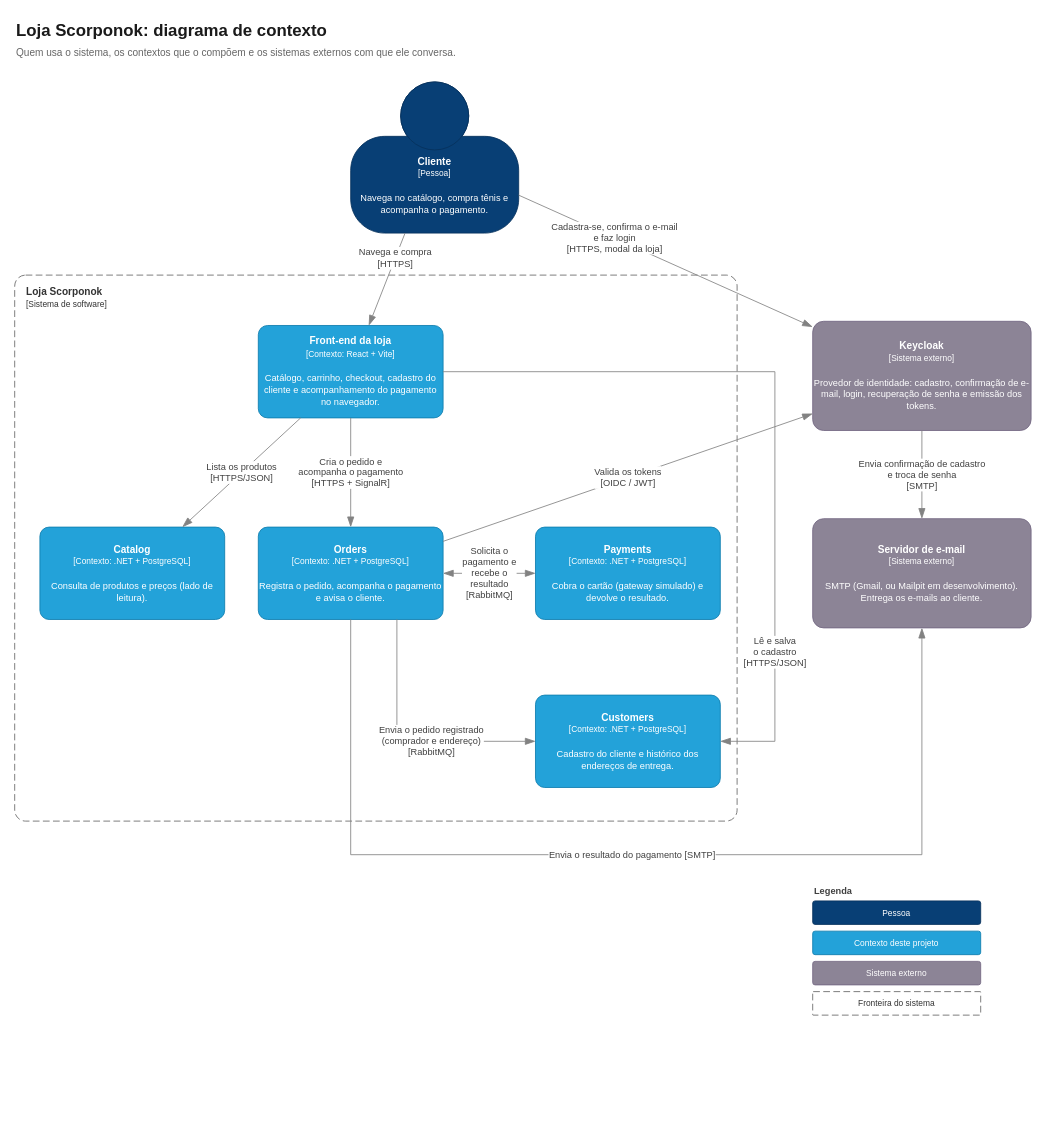
Earlier version of the draw.io diagram docs/diagrams/contexto.drawio (ArturRibeiro/scorpornok-ecommerce). Source tidied: cells renumbered, new cells numbered last; positions are measured from the earlier drawing's top-left corner, leaving out a move shared by most shapes. Both pictures are drawn from the tidied source at 84%, with x=0, y=0 at pixel (14, 14).
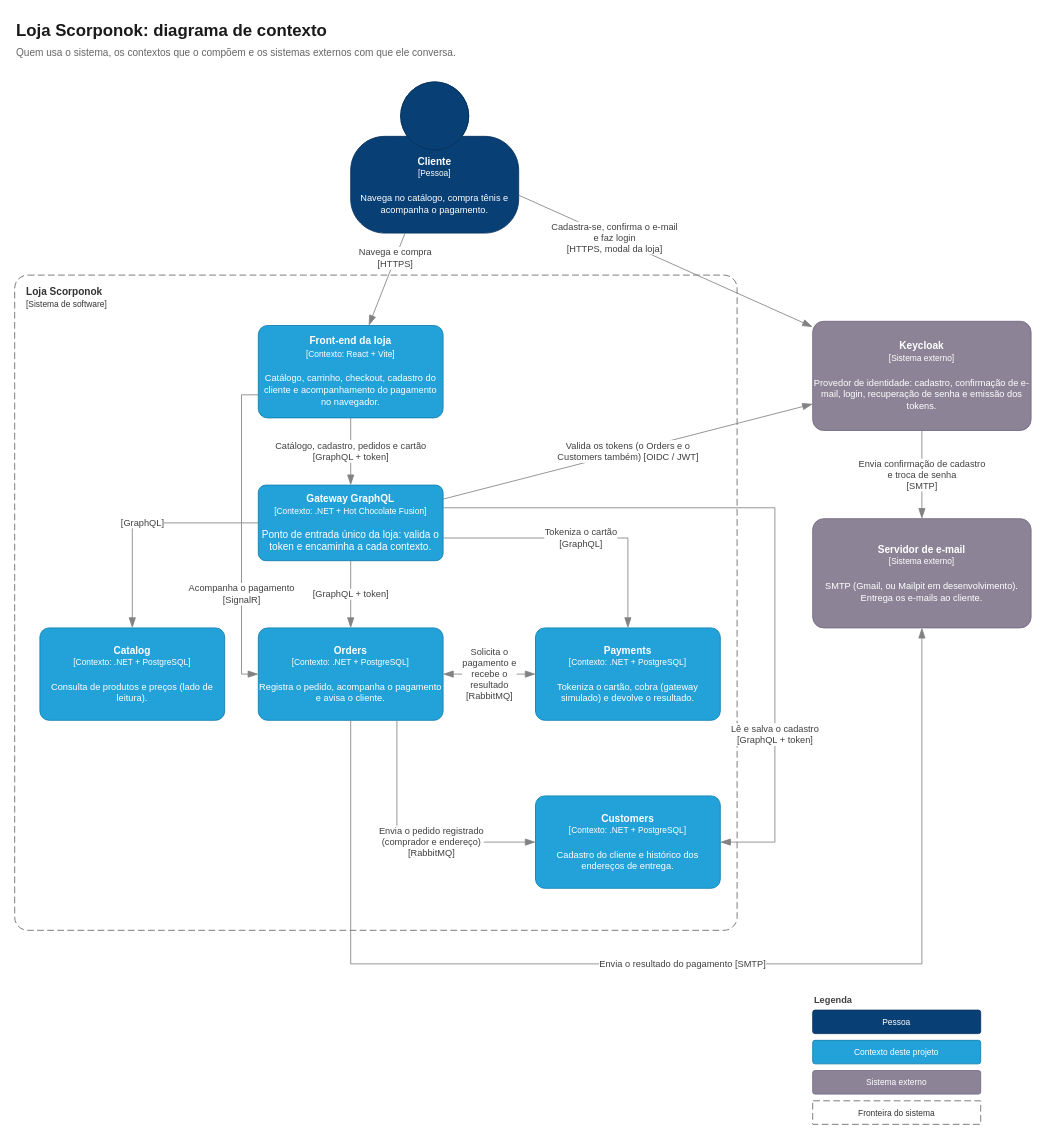
The same diagram, later.

Commit message (it also covers changes not shown here):
Atualiza os diagramas com o gateway e o fluxo de pagamento atual

Unchanged cells that the change refers to:
```xml
<mxCell id="5" value="&lt;b&gt;Front-end da loja&lt;/b&gt;&lt;br&gt;&lt;font style=&quot;font-size:10px&quot;&gt;[Contexto: React + Vite]&lt;/font&gt;&lt;br&gt;&lt;br&gt;&lt;font style=&quot;font-size:11px&quot;&gt;Catálogo, carrinho, checkout, cadastro do cliente e acompanhamento do pagamento no navegador.&lt;/font&gt;" style="rounded=1;arcSize=10;html=1;whiteSpace=wrap;fontSize=12;fontColor=#ffffff;align=center;fillColor=#23A2D9;strokeColor=#0E7DAD;" parent="3" vertex="1">
  <mxGeometry x="290" y="60" width="220" height="110" as="geometry" />
</mxCell>
<mxCell id="10" value="&lt;b&gt;Keycloak&lt;/b&gt;&lt;br&gt;&lt;font style=&quot;font-size:10px&quot;&gt;[Sistema externo]&lt;/font&gt;&lt;br&gt;&lt;br&gt;&lt;font style=&quot;font-size:11px&quot;&gt;Provedor de identidade: cadastro, confirmação de e-mail, login, recuperação de senha e emissão dos tokens.&lt;/font&gt;" style="rounded=1;arcSize=10;html=1;whiteSpace=wrap;fontSize=12;fontColor=#ffffff;align=center;fillColor=#8C8496;strokeColor=#736782;" parent="1" vertex="1">
  <mxGeometry x="950" y="365" width="260" height="130" as="geometry" />
</mxCell>
<mxCell id="11" value="&lt;b&gt;Servidor de e-mail&lt;/b&gt;&lt;br&gt;&lt;font style=&quot;font-size:10px&quot;&gt;[Sistema externo]&lt;/font&gt;&lt;br&gt;&lt;br&gt;&lt;font style=&quot;font-size:11px&quot;&gt;SMTP (Gmail, ou Mailpit em desenvolvimento). Entrega os e-mails ao cliente.&lt;/font&gt;" style="rounded=1;arcSize=10;html=1;whiteSpace=wrap;fontSize=12;fontColor=#ffffff;align=center;fillColor=#8C8496;strokeColor=#736782;" parent="1" vertex="1">
  <mxGeometry x="950" y="600" width="260" height="130" as="geometry" />
</mxCell>
```

Change to the diagram source:
```diff
@@
     <mxCell id="3" value="&lt;b&gt;Loja Scorponok&lt;/b&gt;&lt;br&gt;&lt;font style=&quot;font-size:10px&quot;&gt;[Sistema de software]&lt;/font&gt;" style="rounded=1;arcSize=2;dashed=1;dashPattern=8 4;fillColor=none;strokeColor=#666666;html=1;whiteSpace=wrap;fontColor=#333333;fontSize=12;align=left;verticalAlign=top;spacingLeft=12;spacingTop=6;" parent="1" vertex="1">
-      <mxGeometry y="310" width="860" height="650" as="geometry" />
+      <mxGeometry y="310" width="860" height="780" as="geometry" />
     </mxCell>
@@
     <mxCell id="6" value="&lt;b&gt;Catalog&lt;/b&gt;&lt;br&gt;&lt;font style=&quot;font-size:10px&quot;&gt;[Contexto: .NET + PostgreSQL]&lt;/font&gt;&lt;br&gt;&lt;br&gt;&lt;font style=&quot;font-size:11px&quot;&gt;Consulta de produtos e preços (lado de leitura).&lt;/font&gt;" style="rounded=1;arcSize=10;html=1;whiteSpace=wrap;fontSize=12;fontColor=#ffffff;align=center;fillColor=#23A2D9;strokeColor=#0E7DAD;" parent="3" vertex="1">
-      <mxGeometry x="30" y="300" width="220" height="110" as="geometry" />
+      <mxGeometry x="30" y="420" width="220" height="110" as="geometry" />
     </mxCell>
     <mxCell id="7" value="&lt;b&gt;Orders&lt;/b&gt;&lt;br&gt;&lt;font style=&quot;font-size:10px&quot;&gt;[Contexto: .NET + PostgreSQL]&lt;/font&gt;&lt;br&gt;&lt;br&gt;&lt;font style=&quot;font-size:11px&quot;&gt;Registra o pedido, acompanha o pagamento e avisa o cliente.&lt;/font&gt;" style="rounded=1;arcSize=10;html=1;whiteSpace=wrap;fontSize=12;fontColor=#ffffff;align=center;fillColor=#23A2D9;strokeColor=#0E7DAD;" parent="3" vertex="1">
-      <mxGeometry x="290" y="300" width="220" height="110" as="geometry" />
+      <mxGeometry x="290" y="420" width="220" height="110" as="geometry" />
     </mxCell>
-    <mxCell id="8" value="&lt;b&gt;Payments&lt;/b&gt;&lt;br&gt;&lt;font style=&quot;font-size:10px&quot;&gt;[Contexto: .NET + PostgreSQL]&lt;/font&gt;&lt;br&gt;&lt;br&gt;&lt;font style=&quot;font-size:11px&quot;&gt;Cobra o cartão (gateway simulado) e devolve o resultado.&lt;/font&gt;" style="rounded=1;arcSize=10;html=1;whiteSpace=wrap;fontSize=12;fontColor=#ffffff;align=center;fillColor=#23A2D9;strokeColor=#0E7DAD;" parent="3" vertex="1">
-      <mxGeometry x="620" y="300" width="220" height="110" as="geometry" />
+    <mxCell id="8" value="&lt;b&gt;Payments&lt;/b&gt;&lt;br&gt;&lt;font style=&quot;font-size:10px&quot;&gt;[Contexto: .NET + PostgreSQL]&lt;/font&gt;&lt;br&gt;&lt;br&gt;&lt;font style=&quot;font-size:11px&quot;&gt;Tokeniza o cartão, cobra (gateway simulado) e devolve o resultado.&lt;/font&gt;" style="rounded=1;arcSize=10;html=1;whiteSpace=wrap;fontSize=12;fontColor=#ffffff;align=center;fillColor=#23A2D9;strokeColor=#0E7DAD;" parent="3" vertex="1">
+      <mxGeometry x="620" y="420" width="220" height="110" as="geometry" />
     </mxCell>
     <mxCell id="9" value="&lt;b&gt;Customers&lt;/b&gt;&lt;br&gt;&lt;font style=&quot;font-size:10px&quot;&gt;[Contexto: .NET + PostgreSQL]&lt;/font&gt;&lt;br&gt;&lt;br&gt;&lt;font style=&quot;font-size:11px&quot;&gt;Cadastro do cliente e histórico dos endereços de entrega.&lt;/font&gt;" style="rounded=1;arcSize=10;html=1;whiteSpace=wrap;fontSize=12;fontColor=#ffffff;align=center;fillColor=#23A2D9;strokeColor=#0E7DAD;" parent="3" vertex="1">
-      <mxGeometry x="620" y="500" width="220" height="110" as="geometry" />
+      <mxGeometry x="620" y="620" width="220" height="110" as="geometry" />
     </mxCell>
+    <mxCell id="27" value="&lt;b&gt;Gateway GraphQL&lt;/b&gt;&lt;br&gt;&lt;font style=&quot;font-size:10px&quot;&gt;[Contexto: .NET + Hot Chocolate Fusion]&lt;/font&gt;&lt;br&gt;&lt;br&gt;Ponto de entrada único da loja: valida o token e encaminha a cada contexto." style="rounded=1;arcSize=10;html=1;whiteSpace=wrap;fontSize=12;fontColor=#ffffff;align=center;fillColor=#23A2D9;strokeColor=#0E7DAD;" parent="3" vertex="1">
+      <mxGeometry x="290" y="250" width="220" height="90" as="geometry" />
+    </mxCell>
@@
-    <mxCell id="14" value="Lista os produtos&lt;br&gt;[HTTPS/JSON]" style="endArrow=blockThin;endFill=1;endSize=10;html=1;fontSize=11;fontColor=#404040;strokeColor=#828282;labelBackgroundColor=#ffffff;rounded=0;" parent="1" edge="1" source="5" target="6">
-      <mxGeometry relative="1" as="geometry" />
-    </mxCell>
+    <mxCell id="28" value="Catálogo, cadastro, pedidos e cartão&lt;br&gt;[GraphQL + token]" style="endArrow=blockThin;endFill=1;endSize=10;html=1;fontSize=11;fontColor=#404040;strokeColor=#828282;labelBackgroundColor=#ffffff;rounded=0;" parent="1" edge="1" source="5" target="27">
+      <mxGeometry relative="1" as="geometry" />
+    </mxCell>
-    <mxCell id="15" value="Cria o pedido e&lt;br&gt;acompanha o pagamento&lt;br&gt;[HTTPS + SignalR]" style="endArrow=blockThin;endFill=1;endSize=10;html=1;fontSize=11;fontColor=#404040;strokeColor=#828282;labelBackgroundColor=#ffffff;rounded=0;" parent="1" edge="1" source="5" target="7">
-      <mxGeometry relative="1" as="geometry" />
+    <mxCell id="15" value="Acompanha o pagamento&lt;br&gt;[SignalR]" style="endArrow=blockThin;endFill=1;endSize=10;html=1;fontSize=11;fontColor=#404040;strokeColor=#828282;labelBackgroundColor=#ffffff;rounded=0;edgeStyle=orthogonalEdgeStyle;exitX=0;exitY=0.75;exitDx=0;exitDy=0;entryX=0;entryY=0.5;entryDx=0;entryDy=0;" parent="1" edge="1" source="5" target="7">
+      <mxGeometry x="0.38" relative="1" as="geometry">
+        <Array as="points">
+          <mxPoint x="270" y="452" />
+          <mxPoint x="270" y="785" />
+        </Array>
+      </mxGeometry>
     </mxCell>
+    <mxCell id="29" value="[GraphQL]" style="endArrow=blockThin;endFill=1;endSize=10;html=1;fontSize=11;fontColor=#404040;strokeColor=#828282;labelBackgroundColor=#ffffff;rounded=0;edgeStyle=orthogonalEdgeStyle;exitX=0;exitY=0.5;exitDx=0;exitDy=0;entryX=0.5;entryY=0;entryDx=0;entryDy=0;" parent="1" edge="1" source="27" target="6">
+      <mxGeometry relative="1" as="geometry">
+        <Array as="points">
+          <mxPoint x="140" y="605" />
+        </Array>
+      </mxGeometry>
+    </mxCell>
+    <mxCell id="30" value="[GraphQL + token]" style="endArrow=blockThin;endFill=1;endSize=10;html=1;fontSize=11;fontColor=#404040;strokeColor=#828282;labelBackgroundColor=#ffffff;rounded=0;" parent="1" edge="1" source="27" target="7">
+      <mxGeometry relative="1" as="geometry" />
+    </mxCell>
+    <mxCell id="31" value="Tokeniza o cartão&lt;br&gt;[GraphQL]" style="endArrow=blockThin;endFill=1;endSize=10;html=1;fontSize=11;fontColor=#404040;strokeColor=#828282;labelBackgroundColor=#ffffff;rounded=0;edgeStyle=orthogonalEdgeStyle;exitX=1;exitY=0.7;exitDx=0;exitDy=0;entryX=0.5;entryY=0;entryDx=0;entryDy=0;" parent="1" edge="1" source="27" target="8">
+      <mxGeometry relative="1" as="geometry">
+        <Array as="points">
+          <mxPoint x="730" y="623" />
+        </Array>
+      </mxGeometry>
+    </mxCell>
+    <mxCell id="32" value="Lê e salva o cadastro&lt;br&gt;[GraphQL + token]" style="endArrow=blockThin;endFill=1;endSize=10;html=1;fontSize=11;fontColor=#404040;strokeColor=#828282;labelBackgroundColor=#ffffff;rounded=0;edgeStyle=orthogonalEdgeStyle;exitX=1;exitY=0.3;exitDx=0;exitDy=0;entryX=1;entryY=0.5;entryDx=0;entryDy=0;" parent="1" edge="1" source="27" target="9">
+      <mxGeometry x="0.55" relative="1" as="geometry">
+        <Array as="points">
+          <mxPoint x="905" y="587" />
+          <mxPoint x="905" y="985" />
+        </Array>
+      </mxGeometry>
+    </mxCell>
+    <mxCell id="33" value="Valida os tokens (o Orders e o&lt;br&gt;Customers também) [OIDC / JWT]" style="endArrow=blockThin;endFill=1;endSize=10;html=1;fontSize=11;fontColor=#404040;strokeColor=#828282;labelBackgroundColor=#ffffff;rounded=0;" parent="1" edge="1" source="27" target="10">
+      <mxGeometry relative="1" as="geometry" />
+    </mxCell>
@@
-    <mxCell id="17" value="Lê e salva&lt;br&gt;o cadastro&lt;br&gt;[HTTPS/JSON]" style="endArrow=blockThin;endFill=1;endSize=10;html=1;fontSize=11;fontColor=#404040;strokeColor=#828282;labelBackgroundColor=#ffffff;rounded=0;edgeStyle=orthogonalEdgeStyle;exitX=1;exitY=0.5;exitDx=0;exitDy=0;entryX=1;entryY=0.5;entryDx=0;entryDy=0;" parent="1" edge="1" source="5" target="9">
-      <mxGeometry x="0.62" relative="1" as="geometry">
-        <Array as="points">
-          <mxPoint x="905" y="425" />
-          <mxPoint x="905" y="865" />
-        </Array>
-      </mxGeometry>
-    </mxCell>
     <mxCell id="18" value="Envia o pedido registrado&lt;br&gt;(comprador e endereço)&lt;br&gt;[RabbitMQ]" style="endArrow=blockThin;endFill=1;endSize=10;html=1;fontSize=11;fontColor=#404040;strokeColor=#828282;labelBackgroundColor=#ffffff;rounded=0;edgeStyle=orthogonalEdgeStyle;exitX=0.75;exitY=1;exitDx=0;exitDy=0;entryX=0;entryY=0.5;entryDx=0;entryDy=0;" parent="1" edge="1" source="7" target="9">
       <mxGeometry x="0.2" relative="1" as="geometry">
         <Array as="points">
-          <mxPoint x="455" y="865" />
+          <mxPoint x="455" y="985" />
         </Array>
       </mxGeometry>
     </mxCell>
-    <mxCell id="19" value="Valida os tokens&lt;br&gt;[OIDC / JWT]" style="endArrow=blockThin;endFill=1;endSize=10;html=1;fontSize=11;fontColor=#404040;strokeColor=#828282;labelBackgroundColor=#ffffff;rounded=0;" parent="1" edge="1" source="7" target="10">
-      <mxGeometry relative="1" as="geometry" />
-    </mxCell>
     <mxCell id="20" value="Envia o resultado do pagamento [SMTP]" style="endArrow=blockThin;endFill=1;endSize=10;html=1;fontSize=11;fontColor=#404040;strokeColor=#828282;labelBackgroundColor=#ffffff;rounded=0;edgeStyle=orthogonalEdgeStyle;exitX=0.5;exitY=1;exitDx=0;exitDy=0;entryX=0.5;entryY=1;entryDx=0;entryDy=0;" parent="1" edge="1" source="7" target="11">
       <mxGeometry relative="1" as="geometry">
         <Array as="points">
-          <mxPoint x="400" y="1000" />
-          <mxPoint x="1080" y="1000" />
+          <mxPoint x="400" y="1130" />
+          <mxPoint x="1080" y="1130" />
         </Array>
       </mxGeometry>
     </mxCell>
@@
     <mxCell id="22" value="&lt;b&gt;Legenda&lt;/b&gt;" style="text;html=1;align=left;fontSize=11;fontColor=#404040;" parent="1" vertex="1">
-      <mxGeometry x="950" y="1030" width="200" height="20" as="geometry" />
+      <mxGeometry x="950" y="1160" width="200" height="20" as="geometry" />
     </mxCell>
     <mxCell id="23" value="Pessoa" style="rounded=1;arcSize=10;html=1;whiteSpace=wrap;fontSize=12;fontColor=#ffffff;align=center;fillColor=#083F75;strokeColor=#06315C;fontSize=10;" parent="1" vertex="1">
-      <mxGeometry x="950" y="1055" width="200" height="28" as="geometry" />
+      <mxGeometry x="950" y="1185" width="200" height="28" as="geometry" />
     </mxCell>
     <mxCell id="24" value="Contexto deste projeto" style="rounded=1;arcSize=10;html=1;whiteSpace=wrap;fontSize=12;fontColor=#ffffff;align=center;fillColor=#23A2D9;strokeColor=#0E7DAD;fontSize=10;" parent="1" vertex="1">
-      <mxGeometry x="950" y="1091" width="200" height="28" as="geometry" />
+      <mxGeometry x="950" y="1221" width="200" height="28" as="geometry" />
     </mxCell>
     <mxCell id="25" value="Sistema externo" style="rounded=1;arcSize=10;html=1;whiteSpace=wrap;fontSize=12;fontColor=#ffffff;align=center;fillColor=#8C8496;strokeColor=#736782;fontSize=10;" parent="1" vertex="1">
-      <mxGeometry x="950" y="1127" width="200" height="28" as="geometry" />
+      <mxGeometry x="950" y="1257" width="200" height="28" as="geometry" />
     </mxCell>
     <mxCell id="26" value="Fronteira do sistema" style="rounded=1;arcSize=2;dashed=1;dashPattern=8 4;fillColor=none;strokeColor=#666666;html=1;whiteSpace=wrap;fontColor=#333333;fontSize=12;align=center;fontSize=10;" parent="1" vertex="1">
-      <mxGeometry x="950" y="1163" width="200" height="28" as="geometry" />
+      <mxGeometry x="950" y="1293" width="200" height="28" as="geometry" />
     </mxCell>
```
